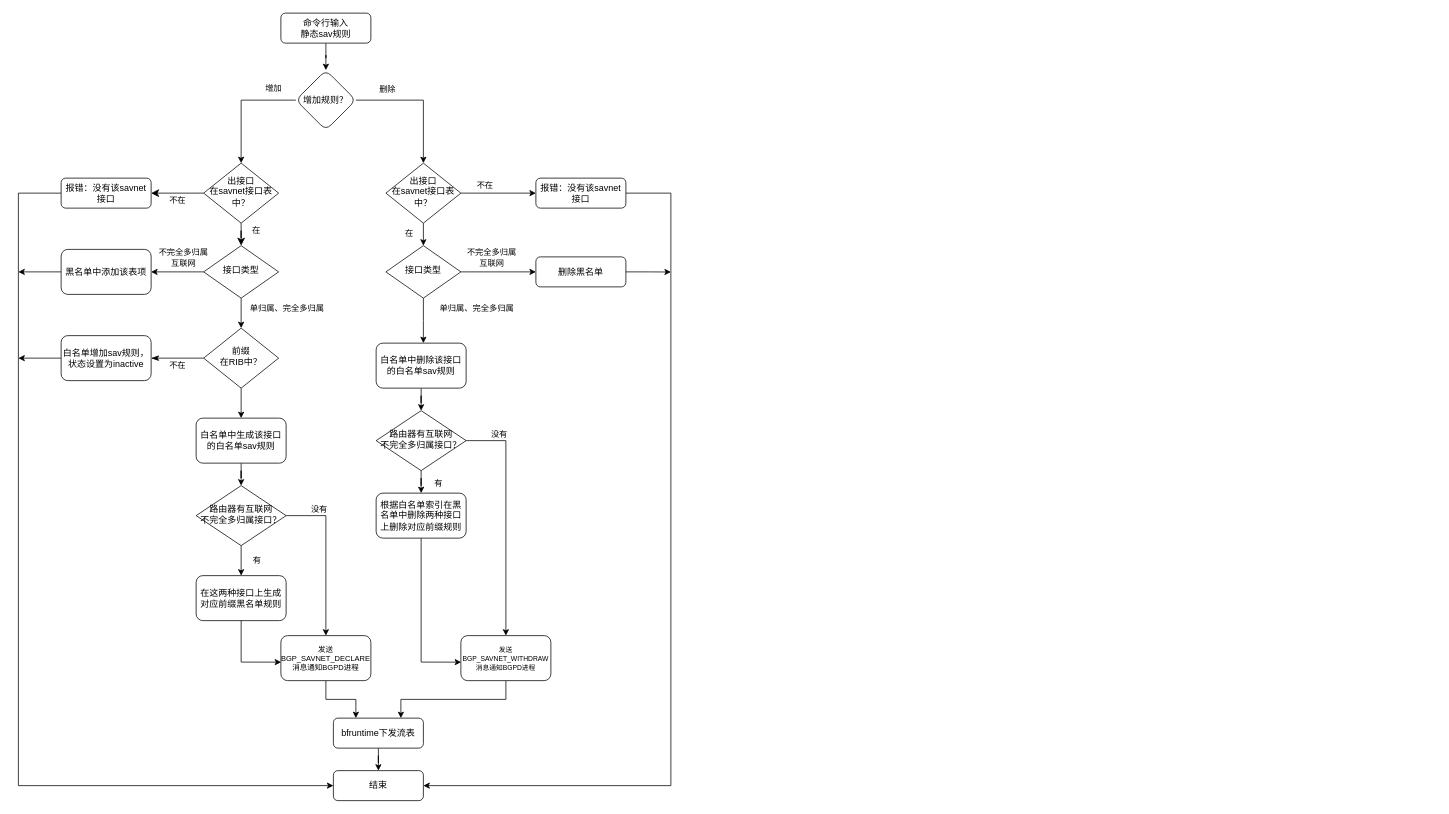
Above: page "Page-1" (1 of 8) of 未命名绘图.drawio in Gxch2018/RDMA-Tutorial (draw.io), before the change. Source tidied: cells renumbered, new cells numbered last; positions are measured from the earlier drawing's top-left corner, leaving out a move shared by most shapes. Both pictures are drawn from the tidied source at 75%, with x=0, y=0 at pixel (18, 13).
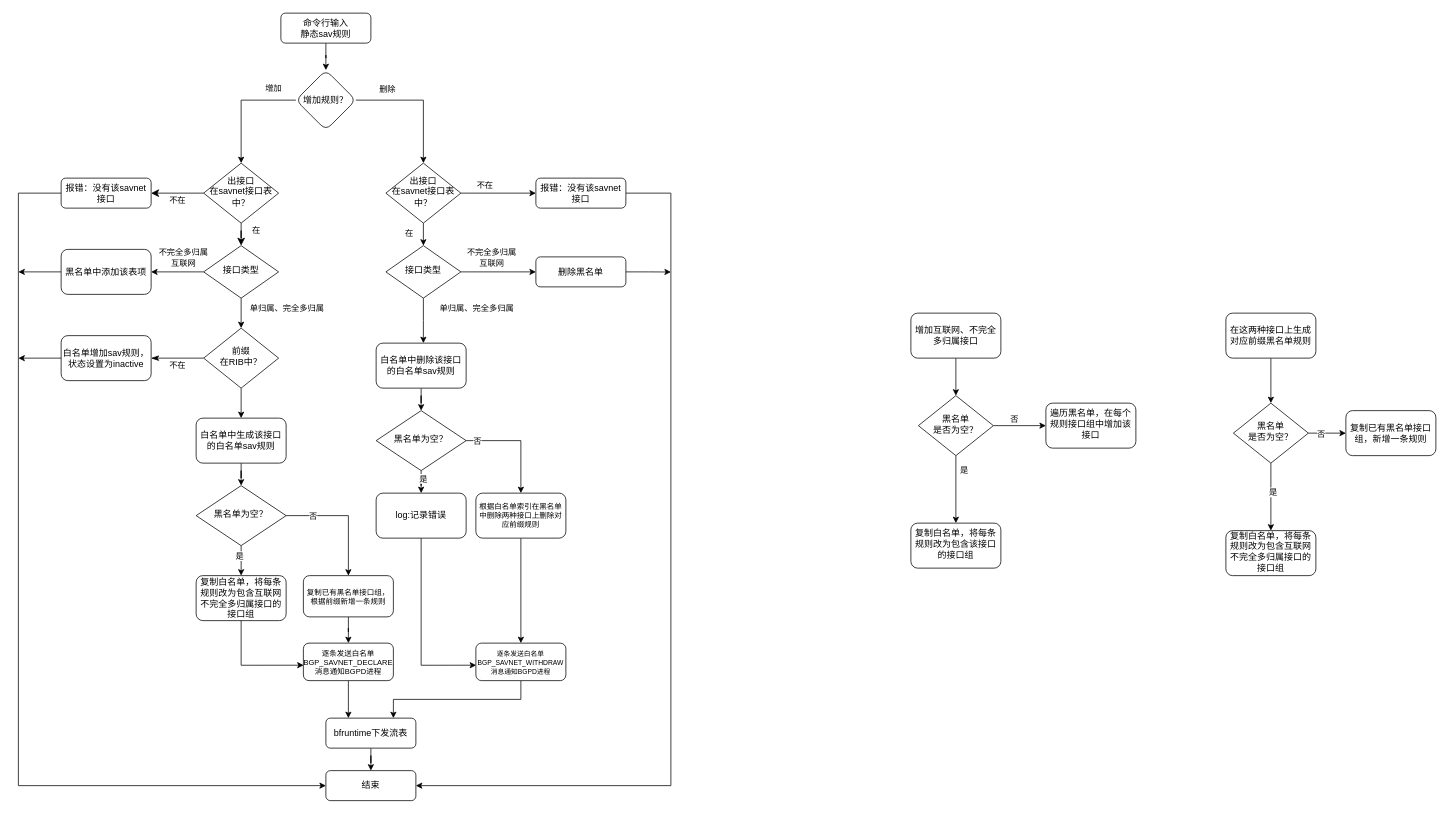
The same page after the edit.

The change refers to these unchanged cells:
```xml
<mxCell id="23" style="edgeStyle=orthogonalEdgeStyle;rounded=0;jettySize=auto;html=1;" parent="1" edge="1" source="27" target="31">
  <mxGeometry relative="1" as="geometry" />
</mxCell>
<mxCell id="46" style="edgeStyle=orthogonalEdgeStyle;rounded=0;jettySize=auto;html=1;entryX=0.5;entryY=0;entryDx=0;entryDy=0;" parent="1" edge="1" source="50" target="51">
  <mxGeometry relative="1" as="geometry" />
</mxCell>
```

Diff of the diagram source:
```diff
@@
-    <mxCell id="24" value="有" style="edgeLabel;html=1;align=center;verticalAlign=middle;" parent="23" vertex="1">
-      <mxGeometry x="-0.05" y="-1" relative="1" as="geometry">
-        <mxPoint x="21" as="offset" />
-      </mxGeometry>
-    </mxCell>
+    <mxCell id="64" value="是" style="edgeLabel;html=1;align=center;verticalAlign=middle;" parent="23" vertex="1">
+      <mxGeometry x="-0.35" y="-3" relative="1" as="geometry" />
+    </mxCell>
-    <mxCell id="25" style="edgeStyle=orthogonalEdgeStyle;rounded=0;jettySize=auto;html=1;entryX=0.5;entryY=0;entryDx=0;entryDy=0;exitX=1;exitY=0.5;exitDx=0;exitDy=0;" parent="1" edge="1" source="27" target="33">
+    <mxCell id="25" style="edgeStyle=orthogonalEdgeStyle;rounded=0;jettySize=auto;html=1;exitX=1;exitY=0.5;exitDx=0;exitDy=0;entryX=0.5;entryY=0;entryDx=0;entryDy=0;" parent="1" edge="1" source="27" target="87">
       <mxGeometry relative="1" as="geometry" />
     </mxCell>
-    <mxCell id="26" value="没有" style="edgeLabel;html=1;align=center;verticalAlign=middle;" parent="25" vertex="1">
-      <mxGeometry x="-0.28" y="1" relative="1" as="geometry">
-        <mxPoint x="-11" y="-34" as="offset" />
-      </mxGeometry>
-    </mxCell>
+    <mxCell id="65" value="否" style="edgeLabel;html=1;align=center;verticalAlign=middle;" parent="25" vertex="1">
+      <mxGeometry x="-0.57" relative="1" as="geometry" />
+    </mxCell>
-    <mxCell id="27" value="路由器有互联网&lt;br&gt;不完全多归属接口？" style="rhombus;whiteSpace=wrap;html=1;shadow=0;strokeWidth=1;spacing=6;spacingTop=-4;" parent="1" vertex="1">
+    <mxCell id="27" value="黑名单为空？" style="rhombus;whiteSpace=wrap;html=1;shadow=0;strokeWidth=1;spacing=6;spacingTop=-4;" parent="1" vertex="1">
       <mxGeometry x="237" y="630" width="120" height="80" as="geometry" />
     </mxCell>
@@
-    <mxCell id="31" value="在这两种接口上生成对应前缀黑名单规则" style="rounded=1;whiteSpace=wrap;html=1;" parent="1" vertex="1">
+    <mxCell id="31" value="复制白名单，将每条规则改为包含互联网&lt;br style=&quot;border-color: var(--border-color);&quot;&gt;不完全多归属接口的接口组" style="rounded=1;whiteSpace=wrap;html=1;" parent="1" vertex="1">
       <mxGeometry x="237" y="750" width="120" height="60" as="geometry" />
     </mxCell>
@@
-    <mxCell id="33" value="发送BGP_SAVNET_DECLARE消息通知BGPD进程" style="rounded=1;whiteSpace=wrap;html=1;fontSize=10;" parent="1" vertex="1">
-      <mxGeometry x="350" y="830" width="120" height="60" as="geometry" />
+    <mxCell id="33" value="逐条发送白名单BGP_SAVNET_DECLARE消息通知BGPD进程" style="rounded=1;whiteSpace=wrap;html=1;fontSize=10;" parent="1" vertex="1">
+      <mxGeometry x="380" y="840" width="120" height="50" as="geometry" />
     </mxCell>
@@
     <mxCell id="36" value="bfruntime下发流表" style="rounded=1;whiteSpace=wrap;html=1;" parent="1" vertex="1">
-      <mxGeometry x="420" y="940" width="120" height="40" as="geometry" />
+      <mxGeometry x="410" y="940" width="120" height="40" as="geometry" />
     </mxCell>
@@
-    <mxCell id="47" value="有" style="edgeLabel;html=1;align=center;verticalAlign=middle;" parent="46" vertex="1">
-      <mxGeometry x="-0.05" y="-1" relative="1" as="geometry">
-        <mxPoint x="21" as="offset" />
-      </mxGeometry>
-    </mxCell>
+    <mxCell id="66" value="是" style="edgeLabel;html=1;align=center;verticalAlign=middle;" parent="46" vertex="1">
+      <mxGeometry x="0.21" y="2" relative="1" as="geometry" />
+    </mxCell>
-    <mxCell id="48" style="edgeStyle=orthogonalEdgeStyle;rounded=0;jettySize=auto;html=1;entryX=0.5;entryY=0;entryDx=0;entryDy=0;exitX=1;exitY=0.5;exitDx=0;exitDy=0;" parent="1" edge="1" source="50" target="53">
+    <mxCell id="48" style="edgeStyle=orthogonalEdgeStyle;rounded=0;jettySize=auto;html=1;exitX=1;exitY=0.5;exitDx=0;exitDy=0;entryX=0.5;entryY=0;entryDx=0;entryDy=0;" parent="1" edge="1" source="50" target="89">
       <mxGeometry relative="1" as="geometry" />
     </mxCell>
-    <mxCell id="49" value="没有" style="edgeLabel;html=1;align=center;verticalAlign=middle;" parent="48" vertex="1">
-      <mxGeometry x="-0.28" y="1" relative="1" as="geometry">
-        <mxPoint x="-11" y="-70" as="offset" />
-      </mxGeometry>
-    </mxCell>
+    <mxCell id="67" value="否" style="edgeLabel;html=1;align=center;verticalAlign=middle;" parent="48" vertex="1">
+      <mxGeometry x="-0.81" relative="1" as="geometry" />
+    </mxCell>
-    <mxCell id="50" value="路由器有互联网&lt;br&gt;不完全多归属接口？" style="rhombus;whiteSpace=wrap;html=1;shadow=0;strokeWidth=1;spacing=6;spacingTop=-4;" parent="1" vertex="1">
+    <mxCell id="50" value="黑名单为空？" style="rhombus;whiteSpace=wrap;html=1;shadow=0;strokeWidth=1;spacing=6;spacingTop=-4;" parent="1" vertex="1">
       <mxGeometry x="477" y="530" width="120" height="80" as="geometry" />
     </mxCell>
-    <mxCell id="51" value="根据白名单索引在黑名单中删除两种接口上删除对应前缀规则" style="rounded=1;whiteSpace=wrap;html=1;" parent="1" vertex="1">
+    <mxCell id="51" value="log:记录错误" style="rounded=1;whiteSpace=wrap;html=1;" parent="1" vertex="1">
       <mxGeometry x="477" y="640" width="120" height="60" as="geometry" />
     </mxCell>
@@
-    <mxCell id="53" value="&lt;font style=&quot;font-size: 9px;&quot;&gt;发送BGP_SAVNET_WITHDRAW消息通知BGPD进程&lt;/font&gt;" style="rounded=1;whiteSpace=wrap;html=1;fontSize=10;" parent="1" vertex="1">
-      <mxGeometry x="590" y="830" width="120" height="60" as="geometry" />
+    <mxCell id="53" value="&lt;font style=&quot;font-size: 9px;&quot;&gt;逐条发送白名单BGP_SAVNET_WITHDRAW消息通知BGPD进程&lt;/font&gt;" style="rounded=1;whiteSpace=wrap;html=1;fontSize=10;" parent="1" vertex="1">
+      <mxGeometry x="610" y="840" width="120" height="50" as="geometry" />
     </mxCell>
@@
     <mxCell id="62" value="结束" style="rounded=1;whiteSpace=wrap;html=1;" parent="1" vertex="1">
-      <mxGeometry x="420" y="1010" width="120" height="40" as="geometry" />
+      <mxGeometry x="410" y="1010" width="120" height="40" as="geometry" />
     </mxCell>
@@
+    <mxCell id="68" style="edgeStyle=orthogonalEdgeStyle;rounded=0;jettySize=auto;html=1;" parent="1" edge="1" source="69" target="74">
+      <mxGeometry relative="1" as="geometry" />
+    </mxCell>
+    <mxCell id="69" value="增加互联网、不完全多归属接口" style="rounded=1;whiteSpace=wrap;html=1;" parent="1" vertex="1">
+      <mxGeometry x="1190" y="400" width="120" height="60" as="geometry" />
+    </mxCell>
+    <mxCell id="70" style="edgeStyle=orthogonalEdgeStyle;rounded=0;jettySize=auto;html=1;" parent="1" edge="1" source="74" target="75">
+      <mxGeometry relative="1" as="geometry" />
+    </mxCell>
+    <mxCell id="71" value="否" style="edgeLabel;html=1;align=center;verticalAlign=middle;" parent="70" vertex="1">
+      <mxGeometry x="-0.22" relative="1" as="geometry">
+        <mxPoint y="-10" as="offset" />
+      </mxGeometry>
+    </mxCell>
+    <mxCell id="72" style="edgeStyle=orthogonalEdgeStyle;rounded=0;jettySize=auto;html=1;" parent="1" edge="1" source="74" target="78">
+      <mxGeometry relative="1" as="geometry" />
+    </mxCell>
+    <mxCell id="73" value="是" style="edgeLabel;html=1;align=center;verticalAlign=middle;" parent="72" vertex="1">
+      <mxGeometry x="-0.37" y="1" relative="1" as="geometry">
+        <mxPoint x="9" y="-9" as="offset" />
+      </mxGeometry>
+    </mxCell>
+    <mxCell id="74" value="黑名单&lt;br&gt;是否为空？" style="rhombus;whiteSpace=wrap;html=1;shadow=0;fontFamily=Helvetica;fontSize=12;align=center;strokeWidth=1;spacing=6;spacingTop=-4;" parent="1" vertex="1">
+      <mxGeometry x="1200" y="510" width="100" height="80" as="geometry" />
+    </mxCell>
+    <mxCell id="75" value="遍历黑名单，在每个规则接口组中增加该接口" style="rounded=1;whiteSpace=wrap;html=1;shadow=0;strokeWidth=1;spacing=6;spacingTop=-4;" parent="1" vertex="1">
+      <mxGeometry x="1370" y="520" width="120" height="60" as="geometry" />
+    </mxCell>
+    <mxCell id="76" style="edgeStyle=orthogonalEdgeStyle;rounded=0;jettySize=auto;html=1;" parent="1" edge="1" source="77" target="84">
+      <mxGeometry relative="1" as="geometry" />
+    </mxCell>
+    <mxCell id="77" value="在这两种接口上生成对应前缀黑名单规则" style="rounded=1;whiteSpace=wrap;html=1;" parent="1" vertex="1">
+      <mxGeometry x="1610" y="400" width="120" height="60" as="geometry" />
+    </mxCell>
+    <mxCell id="78" value="复制白名单，将每条规则改为包含该接口的接口组" style="rounded=1;whiteSpace=wrap;html=1;shadow=0;strokeWidth=1;spacing=6;spacingTop=-4;" parent="1" vertex="1">
+      <mxGeometry x="1190" y="680" width="120" height="60" as="geometry" />
+    </mxCell>
+    <mxCell id="79" value="复制已有黑名单接口组，新增一条规则" style="rounded=1;whiteSpace=wrap;html=1;" parent="1" vertex="1">
+      <mxGeometry x="1770" y="530" width="120" height="60" as="geometry" />
+    </mxCell>
+    <mxCell id="80" style="edgeStyle=orthogonalEdgeStyle;rounded=0;jettySize=auto;html=1;" parent="1" edge="1" source="84" target="79">
+      <mxGeometry relative="1" as="geometry" />
+    </mxCell>
+    <mxCell id="81" value="否" style="edgeLabel;html=1;align=center;verticalAlign=middle;" parent="80" vertex="1">
+      <mxGeometry x="-0.34" y="-1" relative="1" as="geometry" />
+    </mxCell>
+    <mxCell id="82" style="edgeStyle=orthogonalEdgeStyle;rounded=0;jettySize=auto;html=1;" parent="1" edge="1" source="84" target="85">
+      <mxGeometry relative="1" as="geometry" />
+    </mxCell>
+    <mxCell id="83" value="是" style="edgeLabel;html=1;align=center;verticalAlign=middle;" parent="82" vertex="1">
+      <mxGeometry x="-0.16" y="2" relative="1" as="geometry" />
+    </mxCell>
+    <mxCell id="84" value="黑名单&lt;br&gt;是否为空？" style="rhombus;whiteSpace=wrap;html=1;shadow=0;fontFamily=Helvetica;fontSize=12;align=center;strokeWidth=1;spacing=6;spacingTop=-4;" parent="1" vertex="1">
+      <mxGeometry x="1620" y="520" width="100" height="80" as="geometry" />
+    </mxCell>
+    <mxCell id="85" value="复制白名单，将每条规则改为包含互联网&lt;br style=&quot;border-color: var(--border-color);&quot;&gt;不完全多归属接口的接口组" style="rounded=1;whiteSpace=wrap;html=1;shadow=0;strokeWidth=1;spacing=6;spacingTop=-4;" parent="1" vertex="1">
+      <mxGeometry x="1610" y="690" width="120" height="60" as="geometry" />
+    </mxCell>
+    <mxCell id="86" style="edgeStyle=orthogonalEdgeStyle;rounded=0;jettySize=auto;html=1;" parent="1" edge="1" source="87" target="33">
+      <mxGeometry relative="1" as="geometry" />
+    </mxCell>
+    <mxCell id="87" value="复制已有黑名单接口组，根据前缀新增一条规则" style="rounded=1;whiteSpace=wrap;html=1;fontSize=10;" parent="1" vertex="1">
+      <mxGeometry x="380" y="750" width="120" height="55" as="geometry" />
+    </mxCell>
+    <mxCell id="88" style="edgeStyle=orthogonalEdgeStyle;rounded=0;jettySize=auto;html=1;" parent="1" edge="1" source="89" target="53">
+      <mxGeometry relative="1" as="geometry" />
+    </mxCell>
+    <mxCell id="89" value="根据白名单索引在黑名单中删除两种接口上删除对应前缀规则" style="rounded=1;whiteSpace=wrap;html=1;fontSize=10;" parent="1" vertex="1">
+      <mxGeometry x="610" y="640" width="120" height="60" as="geometry" />
+    </mxCell>
```
